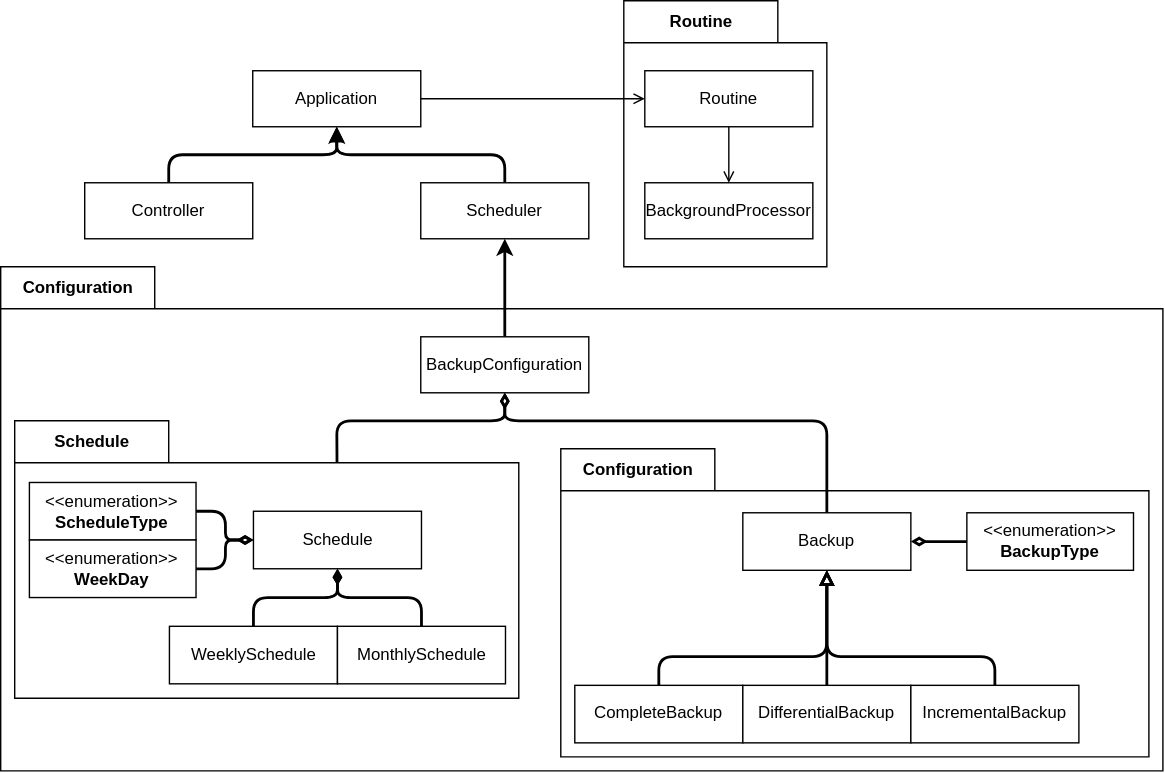
Earlier version of the draw.io export diagrams/classes.drawio.svg (MickTK/BackupSystem). Source tidied: cells renumbered, new cells last; positions are measured from the earlier drawing's top-left corner, leaving out a move shared by most shapes.
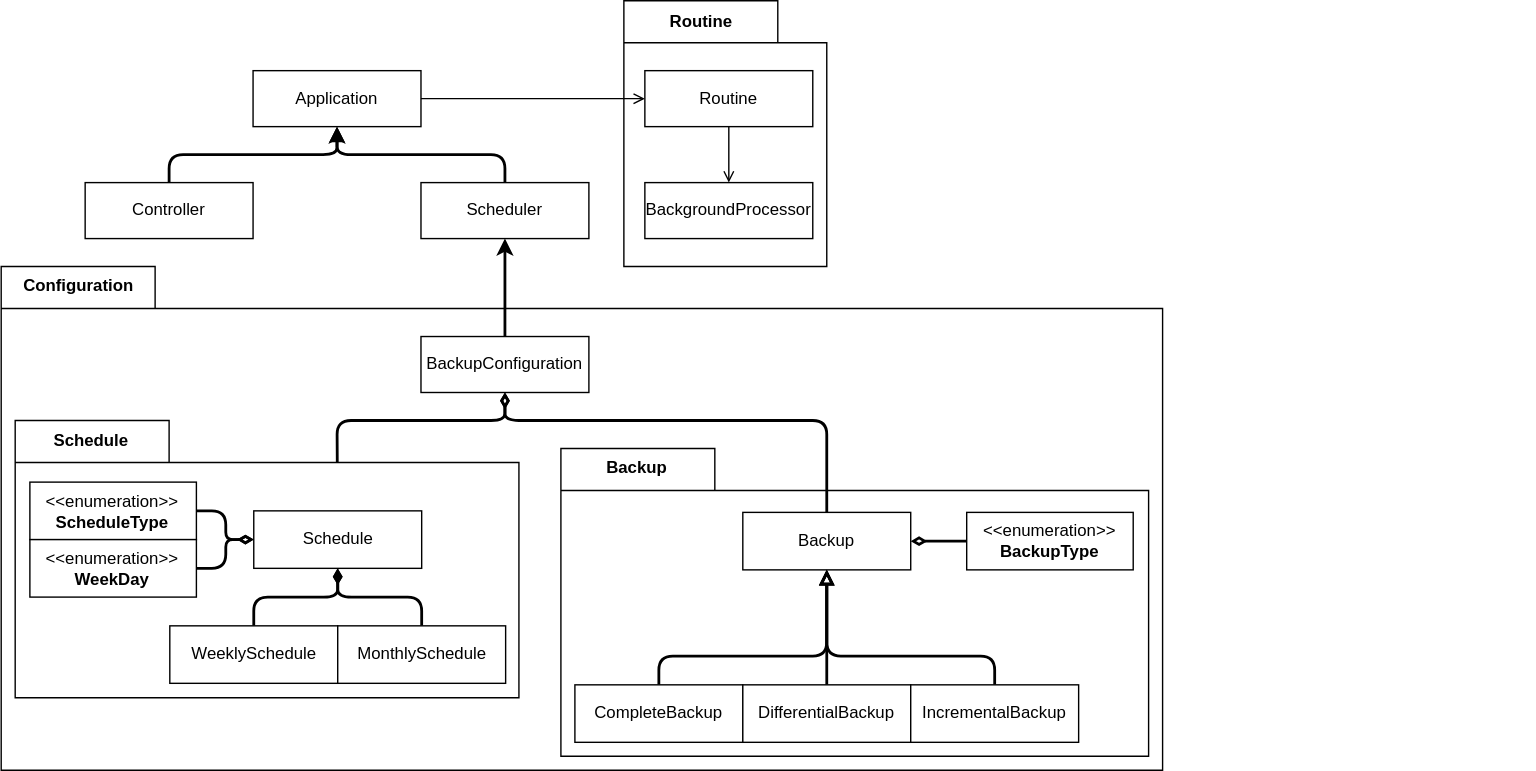
Above is the later version.

What changed in the source:
```diff
@@ -5,11 +5,11 @@
     <mxCell id="2" value="Configuration" style="shape=folder;fontStyle=1;tabWidth=110;tabHeight=30;tabPosition=left;html=1;boundedLbl=1;labelInHeader=1;" parent="1" vertex="1">
       <mxGeometry y="190" width="830" height="360" as="geometry" />
     </mxCell>
-    <mxCell id="3" value="Configuration" style="shape=folder;fontStyle=1;tabWidth=110;tabHeight=30;tabPosition=left;html=1;boundedLbl=1;labelInHeader=1;" parent="1" vertex="1">
+    <mxCell id="3" value="Backup" style="shape=folder;fontStyle=1;tabWidth=110;tabHeight=30;tabPosition=left;html=1;boundedLbl=1;labelInHeader=1;" parent="1" vertex="1">
       <mxGeometry x="400" y="320" width="420" height="220" as="geometry" />
     </mxCell>
-    <mxCell id="4" style="html=1;strokeColor=none;fillColor=none;" parent="1" vertex="1">
-      <mxGeometry y="220" width="710" height="237.2" as="geometry">
+    <mxCell id="4" style="html=1;strokeColor=none;fillColor=none;rotation=90;" parent="1" vertex="1">
+      <mxGeometry x="877.5" y="277.5" width="250.5" height="185" as="geometry">
         <mxPoint y="30" as="offset" />
       </mxGeometry>
     </mxCell>
```
